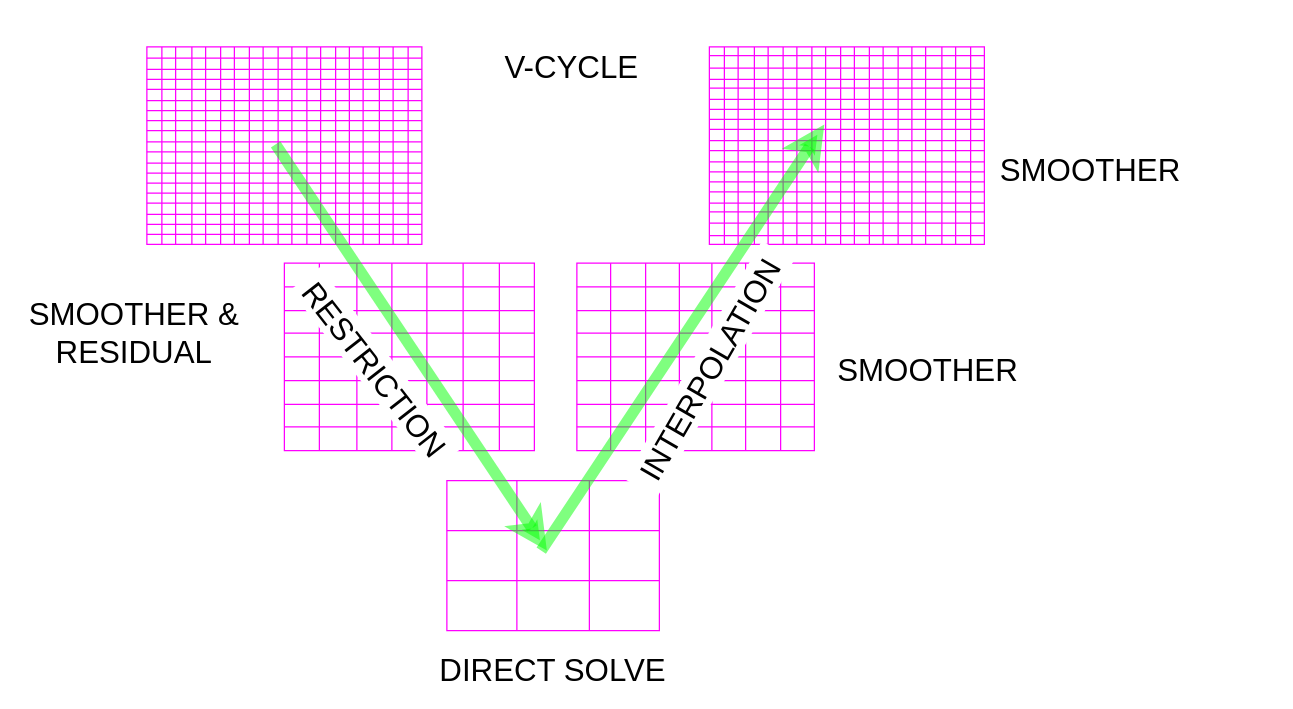
Above: AMGLEARN7.drawio in SohaYusuf/diagrams (draw.io), before the change. Source tidied: cells renumbered, new cells numbered last; positions are measured from the earlier drawing's top-left corner, leaving out a move shared by most shapes. Both pictures are drawn from the tidied source at 125%, with x=0, y=0 at pixel (21, 21).
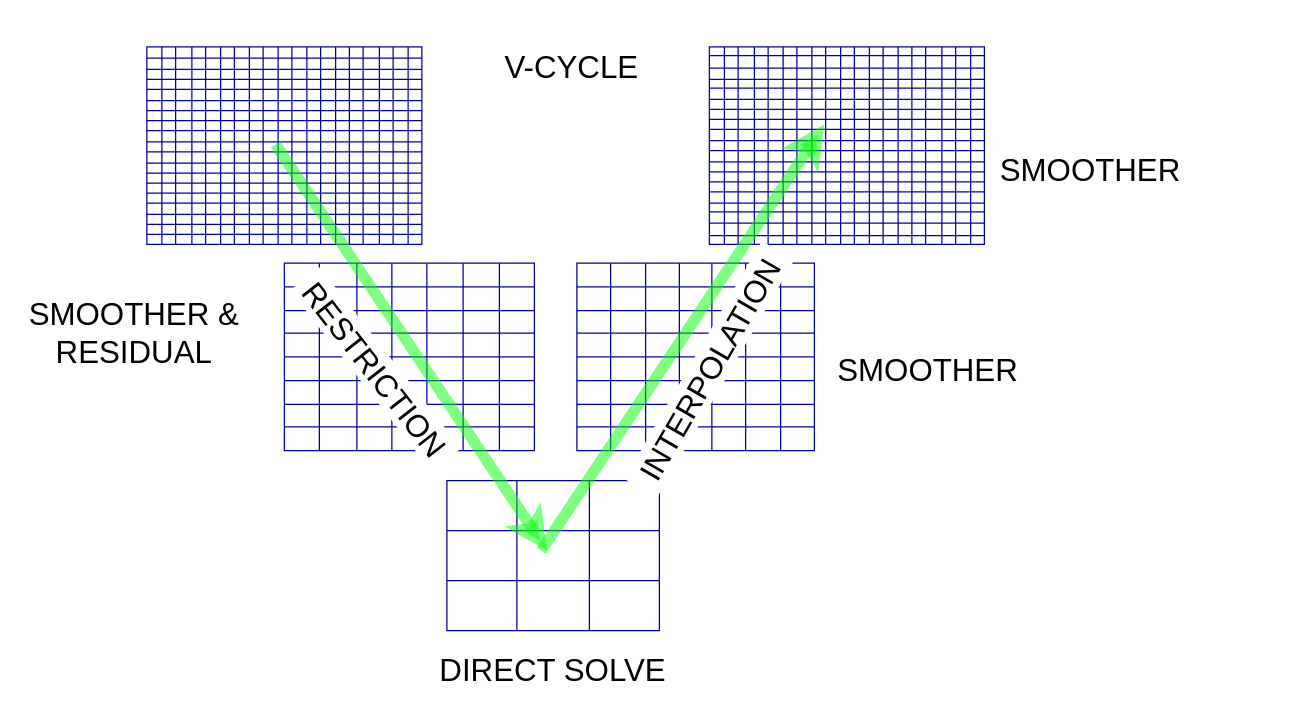
The same page after the edit.

What changed in the source:
```diff
@@
-    <mxCell id="2" style="shape=table;startSize=0;childLayout=tableLayout;fontSize=25;strokeColor=light-dark(#FF00FF,#FACEFF);direction=north;flipV=1;flipH=1;" parent="1" vertex="1">
+    <mxCell id="2" style="shape=table;startSize=0;childLayout=tableLayout;fontSize=25;strokeColor=light-dark(#000099,#FACEFF);direction=north;flipV=1;flipH=1;" parent="1" vertex="1">
       <mxGeometry x="100" y="20" width="220" height="158" as="geometry" />
     </mxCell>
@@
-    <mxCell id="383" style="shape=table;startSize=0;childLayout=tableLayout;fontSize=25;strokeColor=light-dark(#FF00FF,#FACEFF);" parent="1" vertex="1">
+    <mxCell id="383" style="shape=table;startSize=0;childLayout=tableLayout;fontSize=25;strokeColor=light-dark(#000099,#FACEFF);" parent="1" vertex="1">
       <mxGeometry x="210" y="193" width="200" height="150" as="geometry" />
     </mxCell>
@@
-    <mxCell id="448" style="shape=table;startSize=0;childLayout=tableLayout;fontSize=25;strokeColor=light-dark(#FF00FF,#FACEFF);" parent="1" vertex="1">
+    <mxCell id="448" style="shape=table;startSize=0;childLayout=tableLayout;fontSize=25;strokeColor=light-dark(#000099,#FACEFF);" parent="1" vertex="1">
       <mxGeometry x="340" y="367" width="170" height="120" as="geometry" />
     </mxCell>
@@
-    <mxCell id="461" style="shape=table;startSize=0;childLayout=tableLayout;fontSize=25;strokeColor=light-dark(#FF00FF,#FACEFF);" parent="1" vertex="1">
+    <mxCell id="461" style="shape=table;startSize=0;childLayout=tableLayout;fontSize=25;strokeColor=light-dark(#000099,#FACEFF);" parent="1" vertex="1">
       <mxGeometry x="444" y="193" width="190" height="150" as="geometry" />
     </mxCell>
@@
-    <mxCell id="526" style="shape=table;startSize=0;childLayout=tableLayout;fontSize=25;strokeColor=light-dark(#FF00FF,#FACEFF);" parent="1" vertex="1">
+    <mxCell id="526" style="shape=table;startSize=0;childLayout=tableLayout;fontSize=25;strokeColor=light-dark(#000099,#FACEFF);" parent="1" vertex="1">
       <mxGeometry x="550" y="20" width="220" height="158" as="geometry" />
     </mxCell>
```
